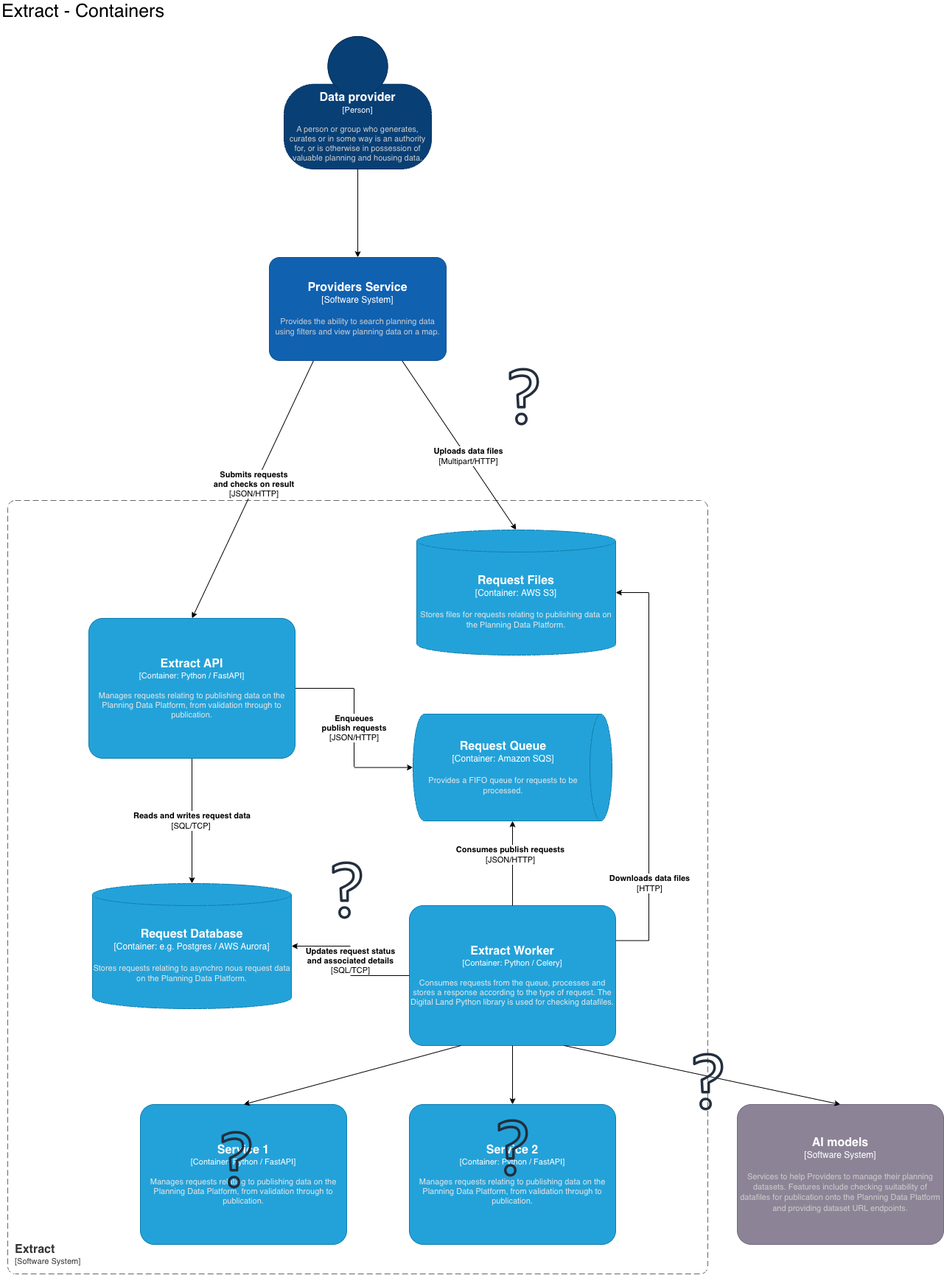
digital-land/technical-documentation keeps this draw.io diagram as images/proposals/015-extract/containers.drawio.png. Above is the earlier version. Source tidied: cells renumbered, new cells last; positions are measured from the earlier drawing's top-left corner, leaving out a move shared by most shapes. Its diagram source:
```xml
<mxGraphModel background="#ffffff">
  <root>
    <mxCell id="0" />
    <mxCell id="1" parent="0" />
    <object id="2" label="&lt;font style=&quot;font-size: 16px&quot;&gt;&lt;b&gt;&lt;div style=&quot;text-align: left&quot;&gt;%c4Name%&lt;/div&gt;&lt;/b&gt;&lt;/font&gt;&lt;div style=&quot;text-align: left&quot;&gt;[%c4Application%]&lt;/div&gt;" c4Application="Software System" c4Name="Extract" c4Type="SystemScopeBoundary" placeholders="1">
      <mxCell style="rounded=1;fontSize=11;whiteSpace=wrap;html=1;dashed=1;arcSize=20;fillColor=none;strokeColor=#666666;fontColor=#333333;labelBackgroundColor=none;align=left;verticalAlign=bottom;labelBorderColor=none;spacingTop=0;spacing=10;dashPattern=8 4;perimeter=rectanglePerimeter;noLabel=0;labelPadding=0;absoluteArcSize=1;" parent="1" vertex="1">
        <mxGeometry x="10" y="680" width="950" height="1050" as="geometry" />
      </mxCell>
    </object>
    <mxCell id="3" style="edgeStyle=orthogonalEdgeStyle;rounded=0;jettySize=auto;html=1;jumpStyle=arc;exitX=1;exitY=0.25;exitDx=0;exitDy=0;exitPerimeter=0;" parent="1" edge="1" source="5" target="18">
      <mxGeometry relative="1" as="geometry">
        <Array as="points">
          <mxPoint x="880" y="1278" />
          <mxPoint x="880" y="805" />
        </Array>
      </mxGeometry>
    </mxCell>
    <mxCell id="4" value="&lt;b&gt;Downloads data files&lt;/b&gt;&lt;br&gt;[HTTP]" style="edgeLabel;html=1;align=center;verticalAlign=middle;" parent="3" vertex="1">
      <mxGeometry x="0.21" y="2" relative="1" as="geometry">
        <mxPoint x="2" y="217" as="offset" />
      </mxGeometry>
    </mxCell>
    <object id="5" label="&lt;font style=&quot;font-size: 16px&quot;&gt;&lt;b&gt;%c4Name%&lt;/b&gt;&lt;/font&gt;&lt;div&gt;[%c4Type%: %c4Technology%]&lt;/div&gt;&lt;br&gt;&lt;div&gt;&lt;font style=&quot;font-size: 11px&quot;&gt;&lt;font color=&quot;#E6E6E6&quot;&gt;%c4Description%&lt;/font&gt;&lt;/div&gt;" c4Description="Consumes requests from the queue, processes and stores a response according to the type of request. The Digital Land Python library is used for checking datafiles." c4Name="Extract Worker" c4Technology="Python / Celery" c4Type="Container" placeholders="1">
      <mxCell style="rounded=1;whiteSpace=wrap;html=1;fontSize=11;labelBackgroundColor=none;fillColor=#23A2D9;fontColor=#ffffff;align=center;arcSize=10;strokeColor=#0E7DAD;points=[[0.25,0,0],[0.5,0,0],[0.75,0,0],[1,0.25,0],[1,0.5,0],[1,0.75,0],[0.75,1,0],[0.5,1,0],[0.25,1,0],[0,0.75,0],[0,0.5,0],[0,0.25,0]];" parent="1" vertex="1">
        <mxGeometry x="555" y="1230" width="280" height="190" as="geometry" />
      </mxCell>
    </object>
    <mxCell id="6" value="Extract - Containers" style="text;html=1;strokeColor=none;fillColor=none;align=left;verticalAlign=middle;whiteSpace=wrap;rounded=0;fontSize=25;" parent="1" vertex="1">
      <mxGeometry width="660" height="30" as="geometry" />
    </mxCell>
    <object id="7" label="&lt;font style=&quot;font-size: 16px&quot;&gt;&lt;b&gt;%c4Name%&lt;/b&gt;&lt;/font&gt;&lt;div&gt;[%c4Type%]&lt;/div&gt;&lt;br&gt;&lt;div&gt;&lt;font style=&quot;font-size: 11px&quot;&gt;&lt;font color=&quot;#cccccc&quot;&gt;%c4Description%&lt;/font&gt;&lt;/div&gt;" c4Description="A person or group who generates, curates or in some way is an authority for, or is otherwise in possession of valuable planning and housing data." c4Name="Data provider" c4Type="Person" placeholders="1">
      <mxCell style="html=1;fontSize=11;dashed=0;whiteSpace=wrap;fillColor=#083F75;strokeColor=#06315C;fontColor=#ffffff;shape=mxgraph.c4.person2;align=center;points=[[0.5,0,0],[1,0.5,0],[1,0.75,0],[0.75,1,0],[0.5,1,0],[0.25,1,0],[0,0.75,0],[0,0.5,0]];" parent="1" vertex="1">
        <mxGeometry x="385" y="50" width="200" height="180" as="geometry" />
      </mxCell>
    </object>
    <mxCell id="8" style="rounded=0;jettySize=auto;html=1;entryX=0.5;entryY=0;entryDx=0;entryDy=0;entryPerimeter=0;exitX=0.25;exitY=1;exitDx=0;exitDy=0;exitPerimeter=0;" parent="1" edge="1" source="22" target="15">
      <mxGeometry relative="1" as="geometry" />
    </mxCell>
    <mxCell id="9" value="&lt;b&gt;Submits requests&lt;br&gt;and checks on result&lt;/b&gt;&lt;br&gt;[JSON/HTTP]" style="edgeLabel;html=1;align=center;verticalAlign=middle;" parent="8" vertex="1">
      <mxGeometry x="-0.04" y="-2" relative="1" as="geometry" />
    </mxCell>
    <mxCell id="10" style="edgeStyle=orthogonalEdgeStyle;rounded=0;jettySize=auto;html=1;" parent="1" edge="1" source="5" target="12">
      <mxGeometry relative="1" as="geometry" />
    </mxCell>
    <mxCell id="11" value="&lt;b style=&quot;border-color: var(--border-color);&quot;&gt;Consumes publish requests&lt;/b&gt;&lt;br style=&quot;border-color: var(--border-color);&quot;&gt;[JSON/HTTP]" style="edgeLabel;html=1;align=center;verticalAlign=middle;" parent="10" vertex="1">
      <mxGeometry x="0.21" y="4" relative="1" as="geometry" />
    </mxCell>
    <object id="12" label="&lt;font style=&quot;font-size: 16px&quot;&gt;&lt;b&gt;%c4Type%&lt;/b&gt;&lt;/font&gt;&lt;div&gt;[%c4Container%:&amp;nbsp;%c4Technology%]&lt;/div&gt;&lt;br&gt;&lt;div&gt;&lt;font style=&quot;font-size: 11px&quot;&gt;&lt;font color=&quot;#E6E6E6&quot;&gt;%c4Description%&lt;/font&gt;&lt;/div&gt;" c4Container="Container" c4Description="Provides a FIFO queue for requests to be processed." c4Technology="Amazon SQS" c4Type="Request Queue" placeholders="1">
      <mxCell style="shape=cylinder3;size=15;direction=south;whiteSpace=wrap;html=1;boundedLbl=1;rounded=0;labelBackgroundColor=none;fillColor=#23A2D9;fontSize=12;fontColor=#ffffff;align=center;strokeColor=#0E7DAD;points=[[0.5,0,0],[1,0.25,0],[1,0.5,0],[1,0.75,0],[0.5,1,0],[0,0.75,0],[0,0.5,0],[0,0.25,0]];" parent="1" vertex="1">
        <mxGeometry x="560" y="970" width="270" height="145" as="geometry" />
      </mxCell>
    </object>
    <mxCell id="13" value="&lt;b&gt;Reads and writes request data&lt;/b&gt;&lt;br&gt;[SQL/TCP]&amp;nbsp;" style="edgeStyle=orthogonalEdgeStyle;rounded=0;jettySize=auto;html=1;" parent="1" edge="1" source="15" target="16">
      <mxGeometry relative="1" as="geometry" />
    </mxCell>
    <mxCell id="14" value="&lt;b&gt;Enqueues &lt;br&gt;publish requests&lt;/b&gt;&lt;br&gt;[JSON/HTTP]" style="edgeStyle=orthogonalEdgeStyle;rounded=0;jettySize=auto;html=1;exitX=1;exitY=0.5;exitDx=0;exitDy=0;exitPerimeter=0;" parent="1" edge="1" source="15" target="12">
      <mxGeometry relative="1" as="geometry" />
    </mxCell>
    <object id="15" label="&lt;font style=&quot;font-size: 16px&quot;&gt;&lt;b&gt;%c4Name%&lt;/b&gt;&lt;/font&gt;&lt;div&gt;[%c4Type%: %c4Technology%]&lt;/div&gt;&lt;br&gt;&lt;div&gt;&lt;font style=&quot;font-size: 11px&quot;&gt;&lt;font color=&quot;#E6E6E6&quot;&gt;%c4Description%&lt;/font&gt;&lt;/div&gt;" c4Description="Manages requests relating to publishing data on the Planning Data Platform, from validation through to publication." c4Name="Extract API" c4Technology="Python / FastAPI" c4Type="Container" placeholders="1">
      <mxCell style="rounded=1;whiteSpace=wrap;html=1;fontSize=11;labelBackgroundColor=none;fillColor=#23A2D9;fontColor=#ffffff;align=center;arcSize=10;strokeColor=#0E7DAD;points=[[0.25,0,0],[0.5,0,0],[0.75,0,0],[1,0.25,0],[1,0.5,0],[1,0.75,0],[0.75,1,0],[0.5,1,0],[0.25,1,0],[0,0.75,0],[0,0.5,0],[0,0.25,0]];" parent="1" vertex="1">
        <mxGeometry x="120" y="840" width="280" height="190" as="geometry" />
      </mxCell>
    </object>
    <object id="16" label="&lt;font style=&quot;font-size: 16px&quot;&gt;&lt;b&gt;%c4Type%&lt;/b&gt;&lt;/font&gt;&lt;div&gt;[%c4Container%:&amp;nbsp;%c4Technology%]&lt;/div&gt;&lt;br&gt;&lt;div&gt;&lt;font style=&quot;font-size: 11px&quot;&gt;&lt;font color=&quot;#E6E6E6&quot;&gt;%c4Description%&lt;/font&gt;&lt;/div&gt;" c4Container="Container" c4Description="Stores requests relating to asynchro nous request data on the Planning Data Platform." c4Technology="e.g. Postgres / AWS Aurora" c4Type="Request Database" placeholders="1">
      <mxCell style="shape=cylinder3;size=15;whiteSpace=wrap;html=1;boundedLbl=1;rounded=0;labelBackgroundColor=none;fillColor=#23A2D9;fontSize=12;fontColor=#ffffff;align=center;strokeColor=#0E7DAD;points=[[0.5,0,0],[1,0.25,0],[1,0.5,0],[1,0.75,0],[0.5,1,0],[0,0.75,0],[0,0.5,0],[0,0.25,0]];" parent="1" vertex="1">
        <mxGeometry x="125" y="1200" width="270" height="170" as="geometry" />
      </mxCell>
    </object>
    <mxCell id="17" value="&lt;b style=&quot;border-color: var(--border-color); color: rgb(0, 0, 0); font-family: Helvetica; font-size: 11px; font-style: normal; font-variant-ligatures: normal; font-variant-caps: normal; letter-spacing: normal; orphans: 2; text-align: center; text-indent: 0px; text-transform: none; widows: 2; word-spacing: 0px; -webkit-text-stroke-width: 0px; text-decoration-thickness: initial; text-decoration-style: initial; text-decoration-color: initial;&quot;&gt;Updates request&amp;nbsp;status&lt;br&gt;&lt;/b&gt;&lt;b&gt;and associated details&lt;/b&gt;&lt;br style=&quot;border-color: var(--border-color); color: rgb(0, 0, 0); font-family: Helvetica; font-size: 11px; font-style: normal; font-variant-ligatures: normal; font-variant-caps: normal; font-weight: 400; letter-spacing: normal; orphans: 2; text-align: center; text-indent: 0px; text-transform: none; widows: 2; word-spacing: 0px; -webkit-text-stroke-width: 0px; text-decoration-thickness: initial; text-decoration-style: initial; text-decoration-color: initial;&quot;&gt;&lt;span style=&quot;color: rgb(0, 0, 0); font-family: Helvetica; font-size: 11px; font-style: normal; font-variant-ligatures: normal; font-variant-caps: normal; font-weight: 400; letter-spacing: normal; orphans: 2; text-align: center; text-indent: 0px; text-transform: none; widows: 2; word-spacing: 0px; -webkit-text-stroke-width: 0px; background-color: rgb(255, 255, 255); text-decoration-thickness: initial; text-decoration-style: initial; text-decoration-color: initial; float: none; display: inline !important;&quot;&gt;[SQL/TCP]&lt;/span&gt;" style="edgeStyle=orthogonalEdgeStyle;rounded=0;jettySize=auto;html=1;entryX=1;entryY=0.5;entryDx=0;entryDy=0;entryPerimeter=0;" parent="1" edge="1" source="5" target="16">
      <mxGeometry relative="1" as="geometry" />
    </mxCell>
    <object id="18" label="&lt;font style=&quot;font-size: 16px&quot;&gt;&lt;b&gt;%c4Type%&lt;/b&gt;&lt;/font&gt;&lt;div&gt;[%c4Container%:&amp;nbsp;%c4Technology%]&lt;/div&gt;&lt;br&gt;&lt;div&gt;&lt;font style=&quot;font-size: 11px&quot;&gt;&lt;font color=&quot;#E6E6E6&quot;&gt;%c4Description%&lt;/font&gt;&lt;/div&gt;" c4Container="Container" c4Description="Stores files for requests relating to publishing data on the Planning Data Platform." c4Technology="AWS S3" c4Type="Request Files" placeholders="1">
      <mxCell style="shape=cylinder3;size=15;whiteSpace=wrap;html=1;boundedLbl=1;rounded=0;labelBackgroundColor=none;fillColor=#23A2D9;fontSize=12;fontColor=#ffffff;align=center;strokeColor=#0E7DAD;points=[[0.5,0,0],[1,0.25,0],[1,0.5,0],[1,0.75,0],[0.5,1,0],[0,0.75,0],[0,0.5,0],[0,0.25,0]];" parent="1" vertex="1">
        <mxGeometry x="565" y="720" width="270" height="170" as="geometry" />
      </mxCell>
    </object>
    <mxCell id="19" style="rounded=0;jettySize=auto;html=1;entryX=0.5;entryY=0;entryDx=0;entryDy=0;entryPerimeter=0;exitX=0.75;exitY=1;exitDx=0;exitDy=0;exitPerimeter=0;" parent="1" edge="1" source="22" target="18">
      <mxGeometry relative="1" as="geometry" />
    </mxCell>
    <mxCell id="20" value="&lt;b&gt;Uploads data files&lt;/b&gt;&lt;br&gt;[Multipart/HTTP]" style="edgeLabel;html=1;align=center;verticalAlign=middle;" parent="19" vertex="1">
      <mxGeometry x="0.14" y="2" relative="1" as="geometry" />
    </mxCell>
    <object id="21" label="&lt;font style=&quot;font-size: 16px&quot;&gt;&lt;b&gt;%c4Name%&lt;/b&gt;&lt;/font&gt;&lt;div&gt;[%c4Type%]&lt;/div&gt;&lt;br&gt;&lt;div&gt;&lt;font style=&quot;font-size: 11px&quot;&gt;&lt;font color=&quot;#cccccc&quot;&gt;%c4Description%&lt;/font&gt;&lt;/div&gt;" c4Description="Services to help Providers to manage their planning datasets.  Features include checking suitability of datafiles for publication onto the Planning Data Platform and providing dataset URL endpoints." c4Name="AI models" c4Type="Software System" placeholders="1">
      <mxCell style="rounded=1;whiteSpace=wrap;html=1;labelBackgroundColor=none;fillColor=#8C8496;fontColor=#ffffff;align=center;arcSize=10;strokeColor=#736782;points=[[0.25,0,0],[0.5,0,0],[0.75,0,0],[1,0.25,0],[1,0.5,0],[1,0.75,0],[0.75,1,0],[0.5,1,0],[0.25,1,0],[0,0.75,0],[0,0.5,0],[0,0.25,0]];" parent="1" vertex="1">
        <mxGeometry x="1000" y="1500" width="280" height="190" as="geometry" />
      </mxCell>
    </object>
    <object id="22" label="&lt;font style=&quot;font-size: 16px&quot;&gt;&lt;b&gt;%c4Name%&lt;/b&gt;&lt;/font&gt;&lt;div&gt;[%c4Type%]&lt;/div&gt;&lt;br&gt;&lt;div&gt;&lt;font style=&quot;font-size: 11px&quot;&gt;&lt;font color=&quot;#cccccc&quot;&gt;%c4Description%&lt;/font&gt;&lt;/div&gt;" c4Description="Provides the ability to search planning data using filters and view planning data on a map." c4Name="Providers Service" c4Type="Software System" placeholders="1">
      <mxCell style="rounded=1;whiteSpace=wrap;html=1;labelBackgroundColor=none;fillColor=#1061B0;fontColor=#ffffff;align=center;arcSize=10;strokeColor=#0D5091;points=[[0.25,0,0],[0.5,0,0],[0.75,0,0],[1,0.25,0],[1,0.5,0],[1,0.75,0],[0.75,1,0],[0.5,1,0],[0.25,1,0],[0,0.75,0],[0,0.5,0],[0,0.25,0]];" parent="1" vertex="1">
        <mxGeometry x="365" y="350" width="240" height="140" as="geometry" />
      </mxCell>
    </object>
    <mxCell id="23" style="edgeStyle=orthogonalEdgeStyle;rounded=0;jettySize=auto;html=1;exitX=0.5;exitY=1;exitDx=0;exitDy=0;exitPerimeter=0;entryX=0.5;entryY=0;entryDx=0;entryDy=0;entryPerimeter=0;" parent="1" edge="1" source="7" target="22">
      <mxGeometry relative="1" as="geometry" />
    </mxCell>
    <object id="24" label="&lt;font style=&quot;font-size: 16px&quot;&gt;&lt;b&gt;%c4Name%&lt;/b&gt;&lt;/font&gt;&lt;div&gt;[%c4Type%: %c4Technology%]&lt;/div&gt;&lt;br&gt;&lt;div&gt;&lt;font style=&quot;font-size: 11px&quot;&gt;&lt;font color=&quot;#E6E6E6&quot;&gt;%c4Description%&lt;/font&gt;&lt;/div&gt;" c4Description="Manages requests relating to publishing data on the Planning Data Platform, from validation through to publication." c4Name="Service 1" c4Technology="Python / FastAPI" c4Type="Container" placeholders="1">
      <mxCell style="rounded=1;whiteSpace=wrap;html=1;fontSize=11;labelBackgroundColor=none;fillColor=#23A2D9;fontColor=#ffffff;align=center;arcSize=10;strokeColor=#0E7DAD;points=[[0.25,0,0],[0.5,0,0],[0.75,0,0],[1,0.25,0],[1,0.5,0],[1,0.75,0],[0.75,1,0],[0.5,1,0],[0.25,1,0],[0,0.75,0],[0,0.5,0],[0,0.25,0]];" parent="1" vertex="1">
        <mxGeometry x="190" y="1500" width="280" height="190" as="geometry" />
      </mxCell>
    </object>
    <object id="25" label="&lt;font style=&quot;font-size: 16px&quot;&gt;&lt;b&gt;%c4Name%&lt;/b&gt;&lt;/font&gt;&lt;div&gt;[%c4Type%: %c4Technology%]&lt;/div&gt;&lt;br&gt;&lt;div&gt;&lt;font style=&quot;font-size: 11px&quot;&gt;&lt;font color=&quot;#E6E6E6&quot;&gt;%c4Description%&lt;/font&gt;&lt;/div&gt;" c4Description="Manages requests relating to publishing data on the Planning Data Platform, from validation through to publication." c4Name="Service 2" c4Technology="Python / FastAPI" c4Type="Container" placeholders="1">
      <mxCell style="rounded=1;whiteSpace=wrap;html=1;fontSize=11;labelBackgroundColor=none;fillColor=#23A2D9;fontColor=#ffffff;align=center;arcSize=10;strokeColor=#0E7DAD;points=[[0.25,0,0],[0.5,0,0],[0.75,0,0],[1,0.25,0],[1,0.5,0],[1,0.75,0],[0.75,1,0],[0.5,1,0],[0.25,1,0],[0,0.75,0],[0,0.5,0],[0,0.25,0]];" parent="1" vertex="1">
        <mxGeometry x="555" y="1500" width="280" height="190" as="geometry" />
      </mxCell>
    </object>
    <mxCell id="26" style="rounded=0;jettySize=auto;html=1;exitX=0.75;exitY=1;exitDx=0;exitDy=0;exitPerimeter=0;entryX=0.5;entryY=0;entryDx=0;entryDy=0;entryPerimeter=0;" parent="1" edge="1" source="5" target="21">
      <mxGeometry relative="1" as="geometry" />
    </mxCell>
    <mxCell id="27" style="rounded=0;jettySize=auto;html=1;exitX=0.25;exitY=1;exitDx=0;exitDy=0;exitPerimeter=0;entryX=0.5;entryY=0;entryDx=0;entryDy=0;entryPerimeter=0;" parent="1" edge="1" source="5" target="24">
      <mxGeometry relative="1" as="geometry" />
    </mxCell>
    <mxCell id="28" style="rounded=0;jettySize=auto;html=1;exitX=0.5;exitY=1;exitDx=0;exitDy=0;exitPerimeter=0;entryX=0.5;entryY=0;entryDx=0;entryDy=0;entryPerimeter=0;" parent="1" edge="1" source="5" target="25">
      <mxGeometry relative="1" as="geometry" />
    </mxCell>
    <mxCell id="29" style="sketch=0;fontColor=#232F3E;gradientColor=none;fillColor=#232F3D;strokeColor=none;dashed=0;verticalLabelPosition=bottom;verticalAlign=top;align=center;html=1;fontSize=12;fontStyle=0;shape=mxgraph.aws4.question;" parent="1" vertex="1">
      <mxGeometry x="300" y="1536" width="41" height="78" as="geometry" />
    </mxCell>
    <mxCell id="30" style="sketch=0;fontColor=#232F3E;gradientColor=none;fillColor=#232F3D;strokeColor=none;dashed=0;verticalLabelPosition=bottom;verticalAlign=top;align=center;html=1;fontSize=12;fontStyle=0;shape=mxgraph.aws4.question;" parent="1" vertex="1">
      <mxGeometry x="675" y="1520" width="41" height="78" as="geometry" />
    </mxCell>
    <mxCell id="31" style="sketch=0;fontColor=#232F3E;gradientColor=none;fillColor=#232F3D;strokeColor=none;dashed=0;verticalLabelPosition=bottom;verticalAlign=top;align=center;html=1;fontSize=12;fontStyle=0;shape=mxgraph.aws4.question;" parent="1" vertex="1">
      <mxGeometry x="940" y="1430" width="41" height="78" as="geometry" />
    </mxCell>
    <mxCell id="32" style="sketch=0;fontColor=#232F3E;gradientColor=none;fillColor=#232F3D;strokeColor=none;dashed=0;verticalLabelPosition=bottom;verticalAlign=top;align=center;html=1;fontSize=12;fontStyle=0;shape=mxgraph.aws4.question;" parent="1" vertex="1">
      <mxGeometry x="690" y="500" width="41" height="78" as="geometry" />
    </mxCell>
    <mxCell id="33" style="sketch=0;fontColor=#232F3E;gradientColor=none;fillColor=#232F3D;strokeColor=none;dashed=0;verticalLabelPosition=bottom;verticalAlign=top;align=center;html=1;fontSize=12;fontStyle=0;shape=mxgraph.aws4.question;" parent="1" vertex="1">
      <mxGeometry x="450" y="1170" width="41" height="78" as="geometry" />
    </mxCell>
  </root>
</mxGraphModel>
```
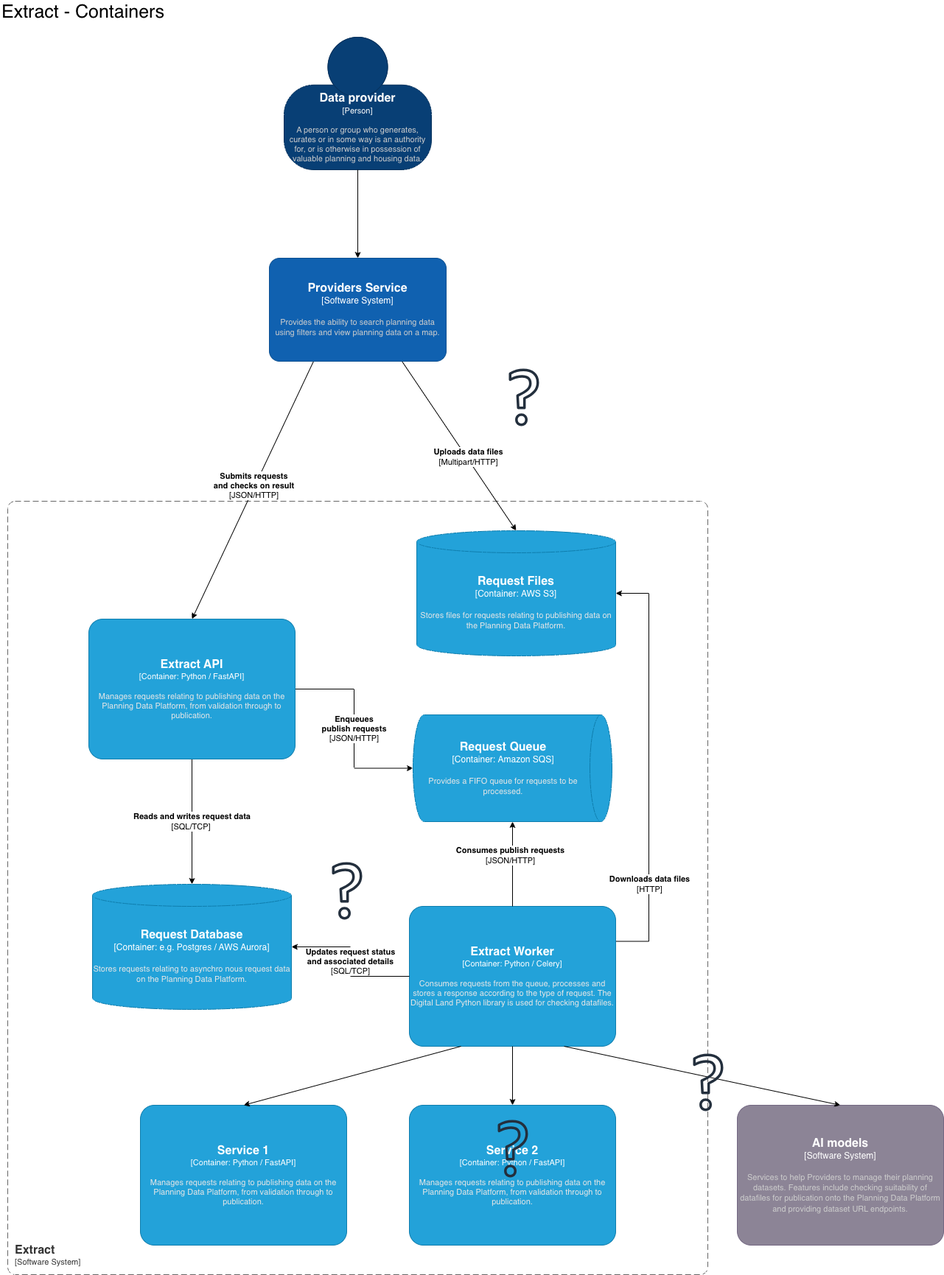
Later version of the same file.

What changed in the source:
```diff
@@ -112,9 +112,6 @@
     <mxCell id="28" style="rounded=0;jettySize=auto;html=1;exitX=0.5;exitY=1;exitDx=0;exitDy=0;exitPerimeter=0;entryX=0.5;entryY=0;entryDx=0;entryDy=0;entryPerimeter=0;" parent="1" edge="1" source="5" target="25">
       <mxGeometry relative="1" as="geometry" />
     </mxCell>
-    <mxCell id="29" style="sketch=0;fontColor=#232F3E;gradientColor=none;fillColor=#232F3D;strokeColor=none;dashed=0;verticalLabelPosition=bottom;verticalAlign=top;align=center;html=1;fontSize=12;fontStyle=0;shape=mxgraph.aws4.question;" parent="1" vertex="1">
-      <mxGeometry x="300" y="1536" width="41" height="78" as="geometry" />
-    </mxCell>
     <mxCell id="30" style="sketch=0;fontColor=#232F3E;gradientColor=none;fillColor=#232F3D;strokeColor=none;dashed=0;verticalLabelPosition=bottom;verticalAlign=top;align=center;html=1;fontSize=12;fontStyle=0;shape=mxgraph.aws4.question;" parent="1" vertex="1">
       <mxGeometry x="675" y="1520" width="41" height="78" as="geometry" />
     </mxCell>
```
